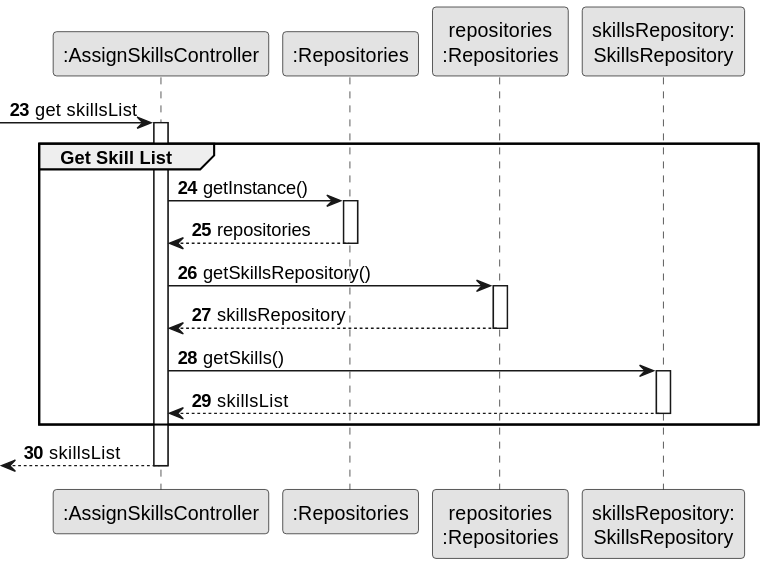
The PlantUML diagram docs/sprintB/us004/03.design/svg/us004-sequence-diagram-partial-get-skill-list.svg in ricardomm7/leaflink, before a commit.
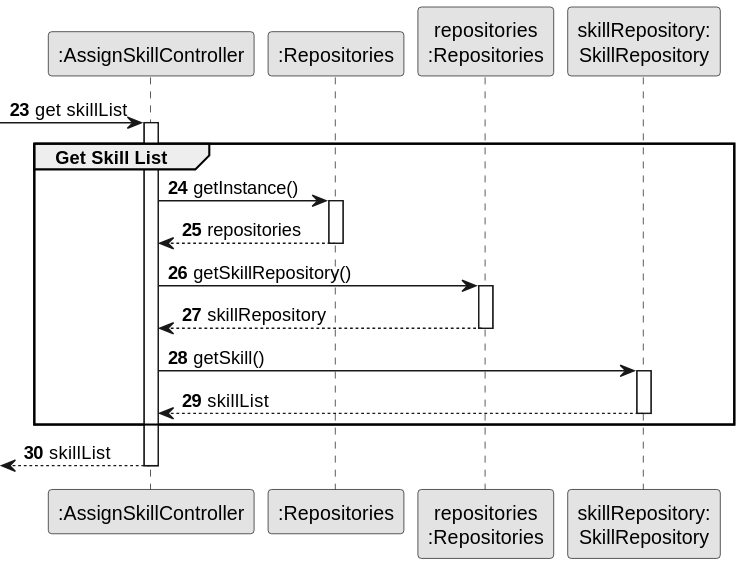
The same file after the commit.

Change to the diagram source:
```diff
@@ -5,13 +5,13 @@
 
 autonumber 23
 
-participant ":AssignSkillsController" as CTRL
+participant ":AssignSkillController" as CTRL
 participant ":Repositories" as GlobRepo
 participant "repositories\n:Repositories" as PLAT
-participant "skillsRepository:\nSkillsRepository" as skillsRepository
+participant "skillRepository:\nSkillRepository" as skillRepository
 
 
--> CTRL : get skillsList
+-> CTRL : get skillList
 activate CTRL
 group Get Skill List
 CTRL -> GlobRepo : getInstance()
@@ -20,18 +20,18 @@
 GlobRepo --> CTRL : repositories
 deactivate GlobRepo
 
-CTRL -> PLAT : getSkillsRepository()
+CTRL -> PLAT : getSkillRepository()
 activate PLAT
 
-PLAT -->  CTRL: skillsRepository
+PLAT -->  CTRL: skillRepository
 deactivate PLAT
 
-CTRL -> skillsRepository : getSkills()
-activate skillsRepository
+CTRL -> skillRepository : getSkill()
+activate skillRepository
 
-skillsRepository --> CTRL : skillsList
-deactivate skillsRepository
+skillRepository --> CTRL : skillList
+deactivate skillRepository
 end
-<-- CTRL : skillsList
+<-- CTRL : skillList
 deactivate CTRL
 @enduml
```
